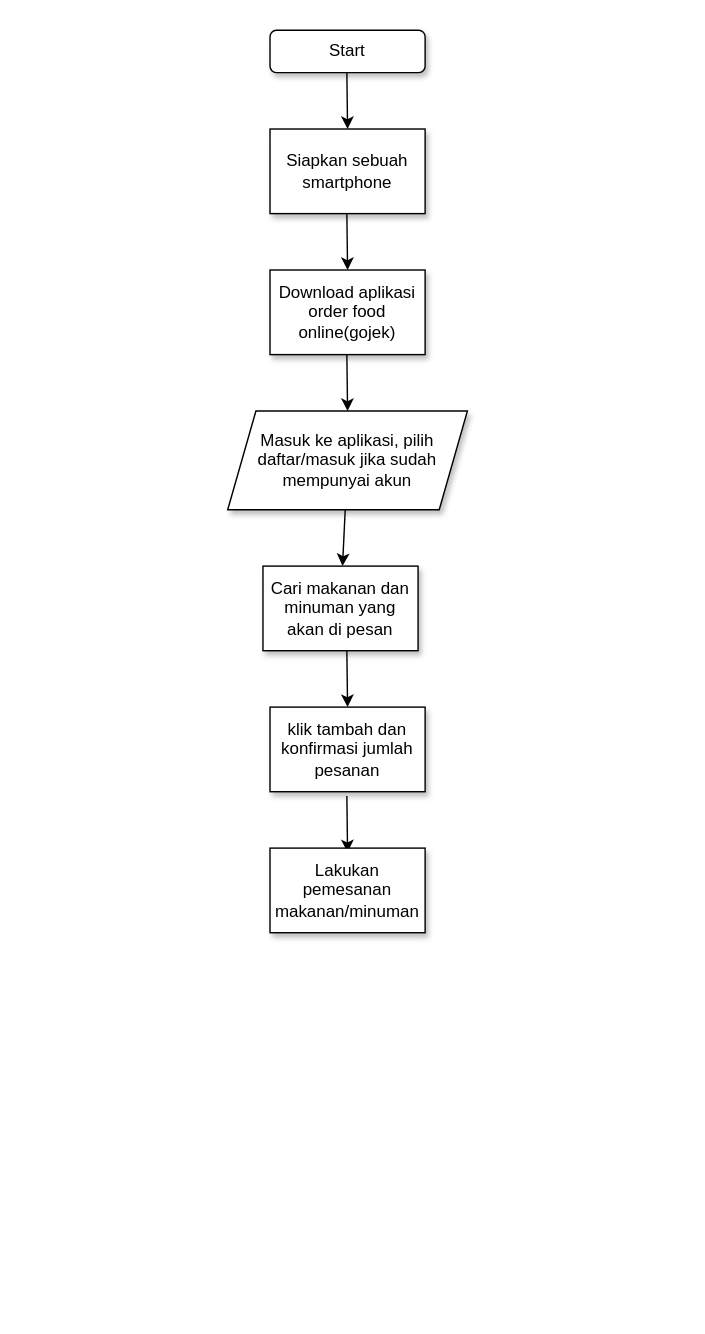
Earlier version of the draw.io diagram flowchart.drawio (sintanurpila3/sinta_nurpila-order_food_online.app). Source tidied: cells renumbered, new cells numbered last; positions are measured from the earlier drawing's top-left corner, leaving out a move shared by most shapes. Both pictures are drawn from the tidied source at 141%, with x=0, y=0 at pixel (227, 30).
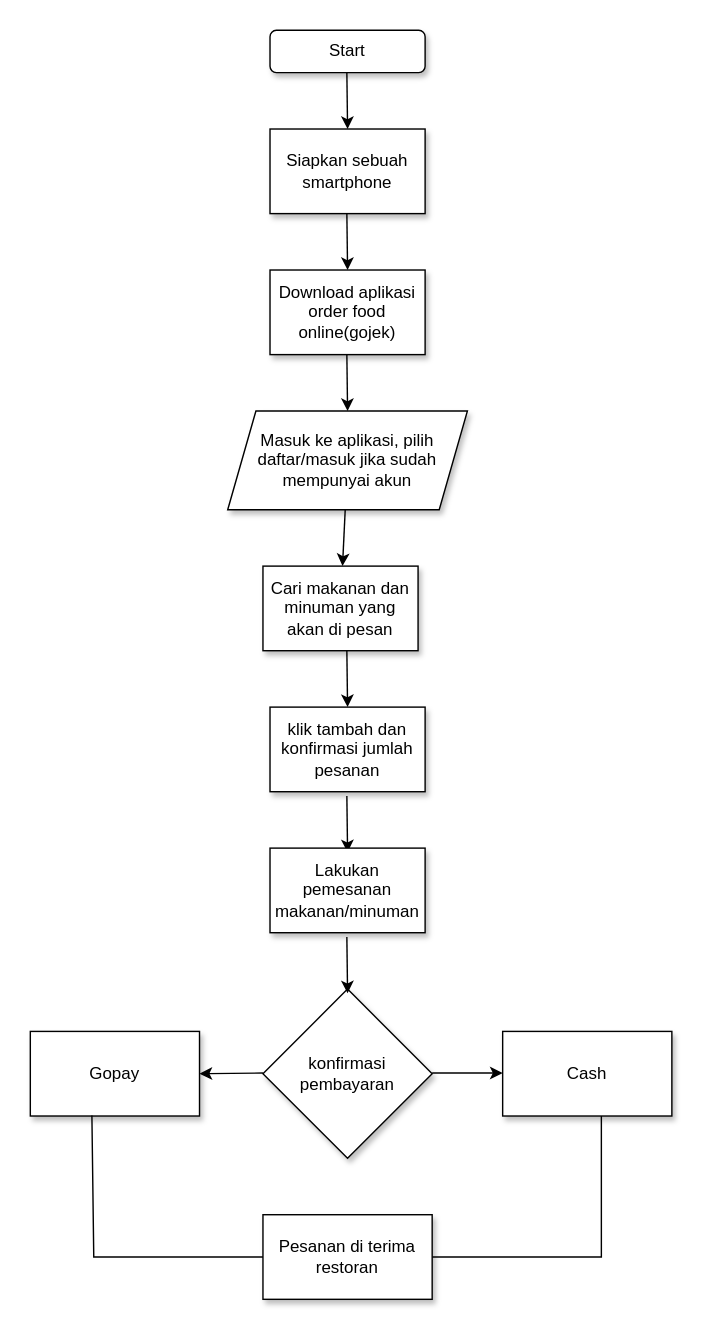
The same page after the edit.

Commit message:
feat:proses pembayaran pesanan

The edit, as a diff of the source:
```diff
@@
+    <mxCell id="15" value="konfirmasi pembayaran&lt;br&gt;" style="rhombus;whiteSpace=wrap;html=1;shadow=1;" parent="1" vertex="1">
+      <mxGeometry x="25" y="680" width="120" height="120" as="geometry" />
+    </mxCell>
+    <mxCell id="16" value="Cash" style="rounded=0;whiteSpace=wrap;html=1;shadow=1;" parent="1" vertex="1">
+      <mxGeometry x="195" y="710" width="120" height="60" as="geometry" />
+    </mxCell>
+    <mxCell id="17" value="Gopay" style="rounded=0;whiteSpace=wrap;html=1;shadow=1;" parent="1" vertex="1">
+      <mxGeometry x="-140" y="710" width="120" height="60" as="geometry" />
+    </mxCell>
+    <mxCell id="18" value="Pesanan di terima restoran" style="rounded=0;whiteSpace=wrap;html=1;shadow=1;" parent="1" vertex="1">
+      <mxGeometry x="25" y="840" width="120" height="60" as="geometry" />
+    </mxCell>
+    <mxCell id="19" style="endArrow=classic;html=1;rounded=0;" parent="1" edge="1">
+      <mxGeometry relative="1" as="geometry">
+        <mxPoint x="84.5" y="643" as="sourcePoint" />
+        <mxPoint x="85" y="683" as="targetPoint" />
+      </mxGeometry>
+    </mxCell>
+    <mxCell id="20" style="endArrow=classic;html=1;rounded=0;" parent="1" edge="1">
+      <mxGeometry relative="1" as="geometry">
+        <mxPoint x="145" y="739.5" as="sourcePoint" />
+        <mxPoint x="195" y="739.5" as="targetPoint" />
+      </mxGeometry>
+    </mxCell>
+    <mxCell id="21" style="endArrow=classic;html=1;rounded=0;" parent="1" edge="1">
+      <mxGeometry relative="1" as="geometry">
+        <mxPoint x="25" y="739.5" as="sourcePoint" />
+        <mxPoint x="-20" y="740" as="targetPoint" />
+      </mxGeometry>
+    </mxCell>
+    <mxCell id="22" style="endArrow=none;html=1;rounded=0;exitX=1;exitY=0.5;exitDx=0;exitDy=0;" parent="1" edge="1" source="18">
+      <mxGeometry relative="1" as="geometry">
+        <mxPoint x="265" y="770" as="targetPoint" />
+        <Array as="points">
+          <mxPoint x="265" y="870" />
+        </Array>
+      </mxGeometry>
+    </mxCell>
+    <mxCell id="23" style="endArrow=none;html=1;rounded=0;exitX=0.364;exitY=0.993;exitDx=0;exitDy=0;exitPerimeter=0;" parent="1" edge="1" source="17">
+      <mxGeometry relative="1" as="geometry">
+        <mxPoint x="25" y="870" as="targetPoint" />
+        <Array as="points">
+          <mxPoint x="-95" y="870" />
+        </Array>
+      </mxGeometry>
+    </mxCell>
```
